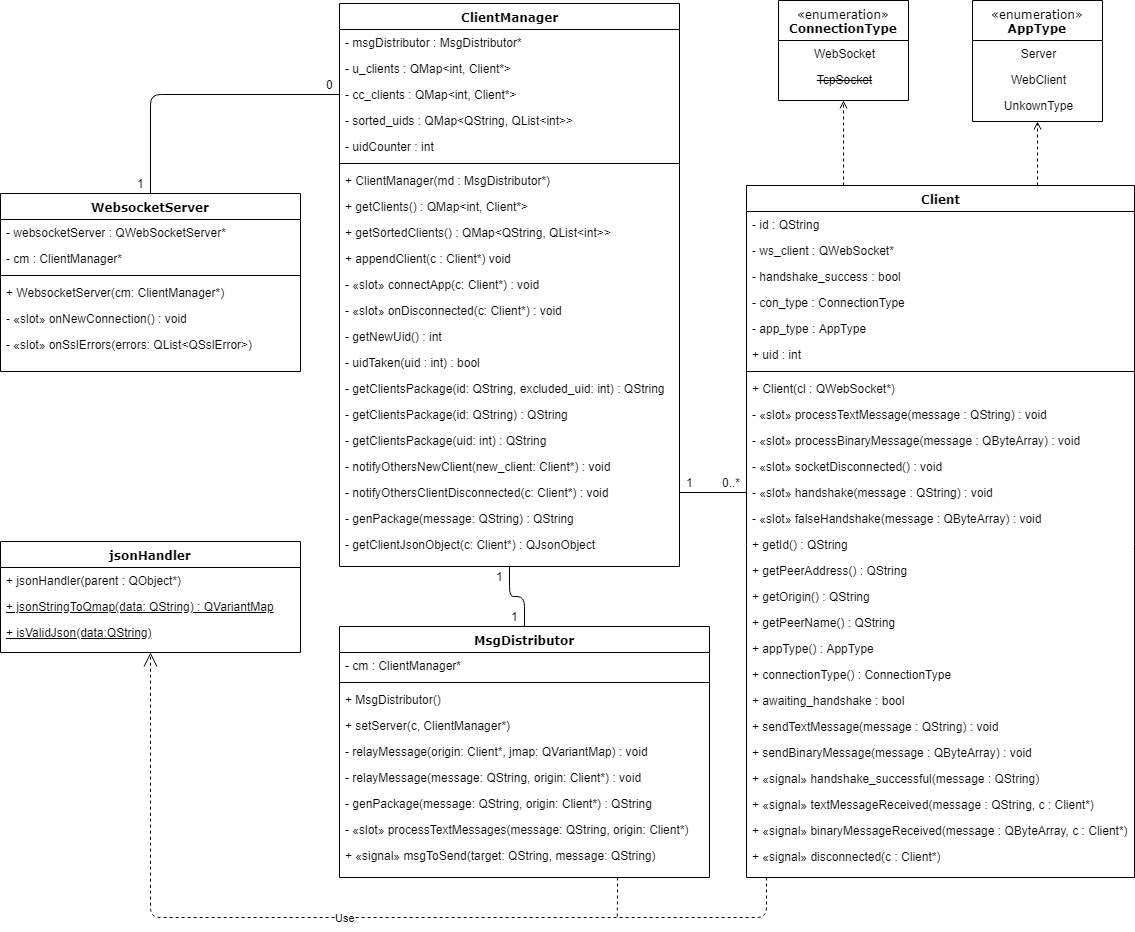
Earlier version of the draw.io export Documentation/Server/rpae server - class diagram.png (techneut92/RPi-App-Engine). Source tidied: cells renumbered, new cells last; positions are measured from the earlier drawing's top-left corner, leaving out a move shared by most shapes.
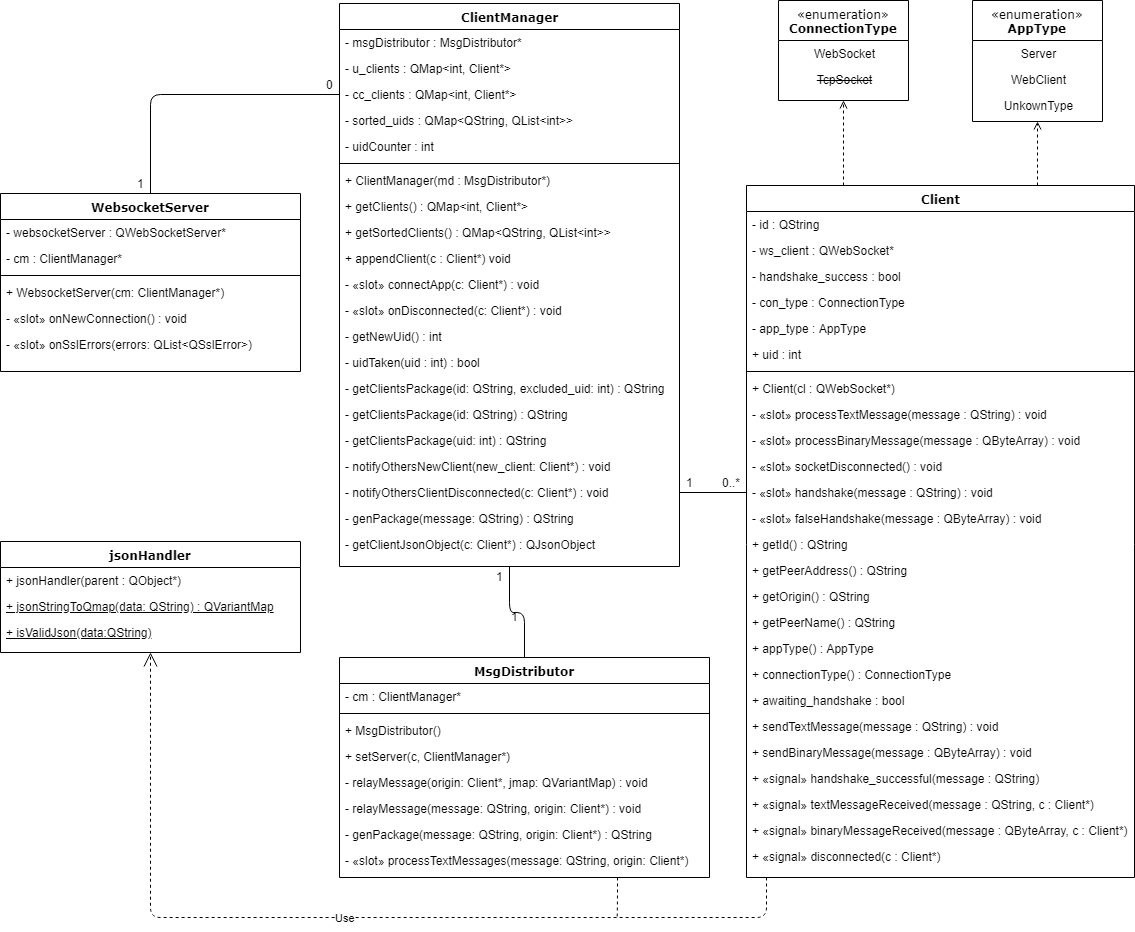
The same diagram one commit later.

What changed in the source:
```diff
@@ -201,7 +201,7 @@
       <mxGeometry relative="1" as="geometry" />
     </mxCell>
     <mxCell id="68" value="MsgDistributor" style="swimlane;html=1;fontStyle=1;align=center;verticalAlign=top;horizontal=1;startSize=26;swimlaneFillColor=#ffffff;rounded=0;shadow=0;comic=0;labelBackgroundColor=none;strokeColor=#000000;strokeWidth=1;fillColor=none;fontFamily=Verdana;fontSize=12;fontColor=#000000;" parent="1" vertex="1">
-      <mxGeometry x="339" y="626" width="370" height="251" as="geometry" />
+      <mxGeometry x="339" y="657" width="370" height="220" as="geometry" />
     </mxCell>
     <mxCell id="69" value="- cm : ClientManager*&lt;br&gt;" style="text;html=1;strokeColor=none;fillColor=none;align=left;verticalAlign=top;spacingLeft=4;spacingRight=4;whiteSpace=wrap;overflow=hidden;" parent="68" vertex="1">
       <mxGeometry y="26" width="370" height="26" as="geometry" />
@@ -227,9 +227,6 @@
     <mxCell id="76" value="- «slot» processTextMessages(message: QString, origin: Client*)" style="text;html=1;strokeColor=none;fillColor=none;align=left;verticalAlign=top;spacingLeft=4;spacingRight=4;whiteSpace=wrap;overflow=hidden;" parent="68" vertex="1">
       <mxGeometry y="190" width="370" height="26" as="geometry" />
     </mxCell>
-    <mxCell id="77" value="+ «signal» msgToSend(target: QString, message: QString)" style="text;html=1;strokeColor=none;fillColor=none;align=left;verticalAlign=top;spacingLeft=4;spacingRight=4;whiteSpace=wrap;overflow=hidden;" parent="68" vertex="1">
-      <mxGeometry y="216" width="370" height="26" as="geometry" />
-    </mxCell>
     <mxCell id="78" value="1" style="text;html=1;align=center;verticalAlign=middle;fillColor=none;strokeColor=none;rounded=0;fontFamily=Helvetica;" parent="1" vertex="1">
       <mxGeometry x="489" y="566" width="20" height="20" as="geometry" />
     </mxCell>
```
